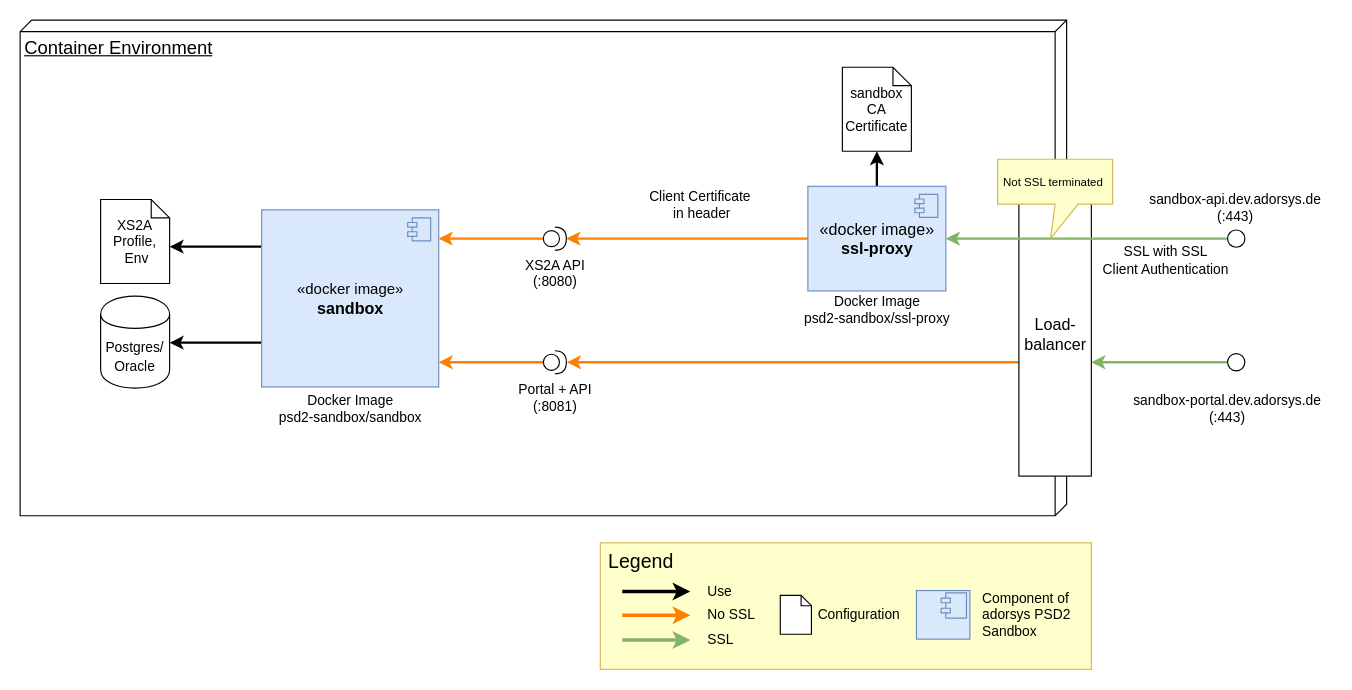
Above: arc42/diagrams/deployment-view.drawio.xml in adorsys/psd2-accelerator (draw.io), before the change. Source tidied: cells renumbered, new cells numbered last; positions are measured from the earlier drawing's top-left corner, leaving out a move shared by most shapes. Both pictures are drawn from the tidied source at 115%, with x=0, y=0 at pixel (20, 20).
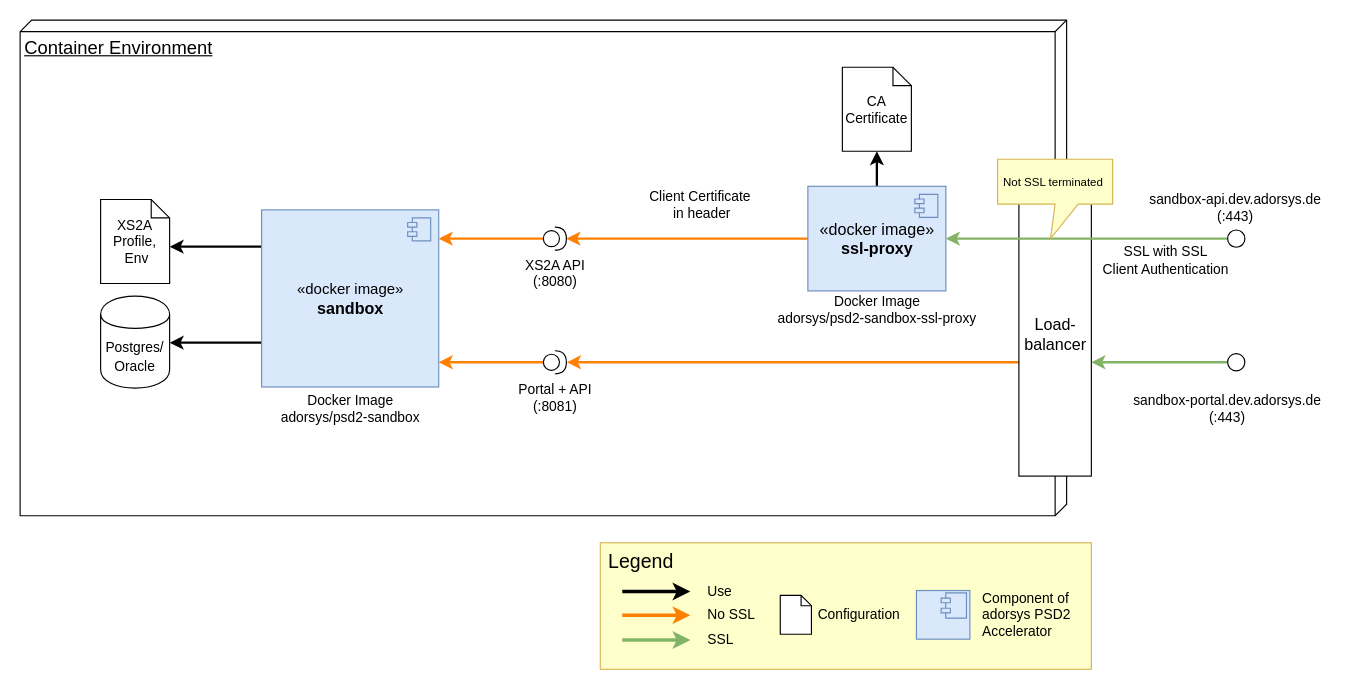
After the change.

Unchanged cells that the change refers to:
```xml
<mxCell id="31" style="group;" parent="1" vertex="1">
  <mxGeometry x="504.5" y="454.5" width="427" height="110" as="geometry" />
</mxCell>
```

Diff of the diagram source:
```diff
@@
-    <mxCell id="27" value="Docker Image&lt;br&gt;psd2-sandbox/sandbox&lt;br&gt;" style="text;html=1;strokeColor=none;fillColor=none;align=center;verticalAlign=middle;whiteSpace=wrap;rounded=0;" parent="1" vertex="1">
+    <mxCell id="27" value="Docker Image&lt;br&gt;adorsys/psd2-sandbox&lt;br&gt;" style="text;html=1;strokeColor=none;fillColor=none;align=center;verticalAlign=middle;whiteSpace=wrap;rounded=0;" parent="1" vertex="1">
       <mxGeometry x="184.5" y="327.5" width="205" height="20" as="geometry" />
     </mxCell>
@@
-    <mxCell id="29" value="&lt;div style=&quot;text-align: center ; font-size: 12px&quot;&gt;sandbox CA Certificate&lt;/div&gt;" style="shape=note;whiteSpace=wrap;html=1;backgroundOutline=1;fontSize=12;size=16;" parent="1" vertex="1">
+    <mxCell id="29" value="&lt;div style=&quot;text-align: center ; font-size: 12px&quot;&gt;CA Certificate&lt;/div&gt;" style="shape=note;whiteSpace=wrap;html=1;backgroundOutline=1;fontSize=12;size=16;" parent="1" vertex="1">
       <mxGeometry x="715" y="41" width="60" height="73" as="geometry" />
     </mxCell>
-    <mxCell id="30" value="Docker Image&lt;br&gt;psd2-sandbox/ssl-proxy&lt;br&gt;" style="text;html=1;strokeColor=none;fillColor=none;align=center;verticalAlign=middle;whiteSpace=wrap;rounded=0;" parent="1" vertex="1">
+    <mxCell id="30" value="Docker Image&lt;br&gt;adorsys/psd2-sandbox-ssl-proxy&lt;br&gt;" style="text;html=1;strokeColor=none;fillColor=none;align=center;verticalAlign=middle;whiteSpace=wrap;rounded=0;" parent="1" vertex="1">
       <mxGeometry x="642.5" y="242.2" width="205" height="20" as="geometry" />
     </mxCell>
@@
-    <mxCell id="43" value="Component of adorsys PSD2 Sandbox" style="text;html=1;strokeColor=none;fillColor=none;align=left;verticalAlign=middle;whiteSpace=wrap;rounded=0;labelBackgroundColor=none;fontSize=12;" parent="31" vertex="1">
+    <mxCell id="43" value="Component of adorsys PSD2 Accelerator" style="text;html=1;strokeColor=none;fillColor=none;align=left;verticalAlign=middle;whiteSpace=wrap;rounded=0;labelBackgroundColor=none;fontSize=12;" parent="31" vertex="1">
       <mxGeometry x="330.7" y="18.6" width="82.9" height="88" as="geometry" />
     </mxCell>
```
